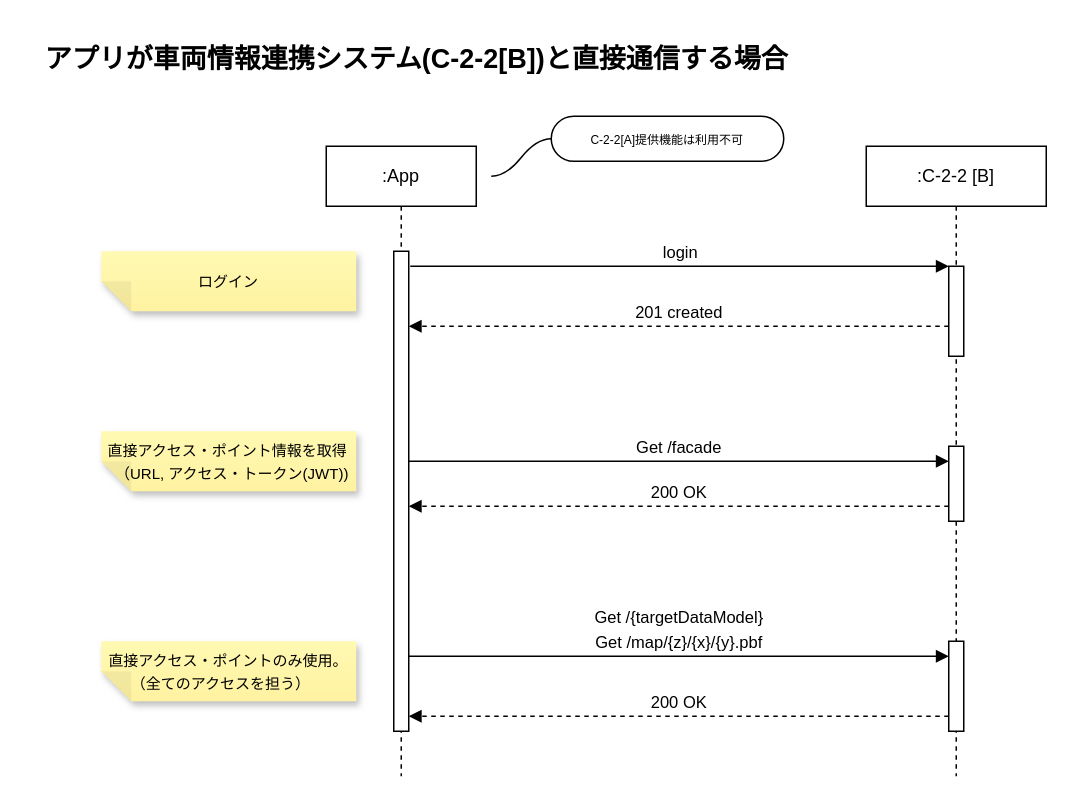
Sportacandy/C-2-2API keeps this draw.io diagram as page "C-2-2[B]直結" (3 of 4) of models/access-scheme.drawio. Above is the earlier version. Source tidied: cells renumbered, new cells numbered last; positions are measured from the earlier drawing's top-left corner, leaving out a move shared by most shapes. Both pictures are drawn from the tidied source at 150%, with x=0, y=0 at pixel (26, 26).
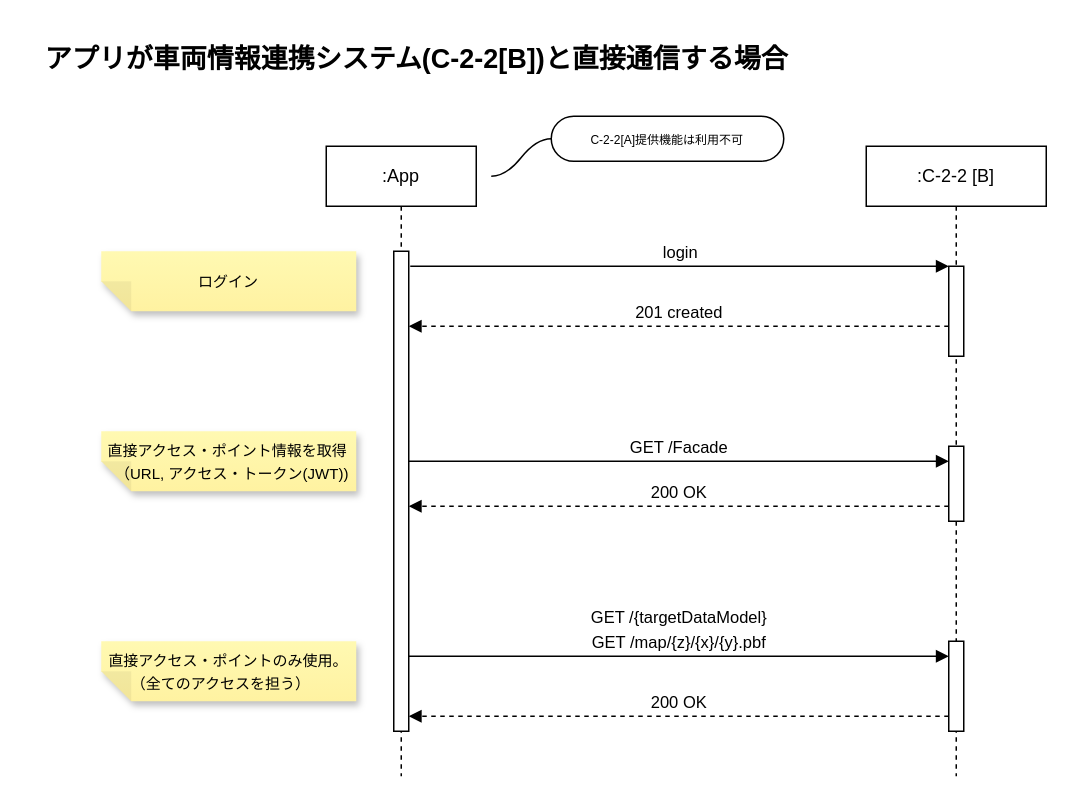
The same diagram, later.

Unchanged cells that the change refers to:
```xml
<mxCell id="3" style="html=1;points=[];perimeter=orthogonalPerimeter;outlineConnect=0;targetShapes=umlLifeline;portConstraint=eastwest;newEdgeStyle={&quot;edgeStyle&quot;:&quot;elbowEdgeStyle&quot;,&quot;elbow&quot;:&quot;vertical&quot;,&quot;curved&quot;:0,&quot;rounded&quot;:0};" parent="2" vertex="1">
  <mxGeometry x="45" y="70" width="10" height="320" as="geometry" />
</mxCell>
<mxCell id="7" style="html=1;points=[];perimeter=orthogonalPerimeter;outlineConnect=0;targetShapes=umlLifeline;portConstraint=eastwest;newEdgeStyle={&quot;edgeStyle&quot;:&quot;elbowEdgeStyle&quot;,&quot;elbow&quot;:&quot;vertical&quot;,&quot;curved&quot;:0,&quot;rounded&quot;:0};" parent="6" vertex="1">
  <mxGeometry x="55" y="200" width="10" height="50" as="geometry" />
</mxCell>
<mxCell id="8" style="html=1;points=[];perimeter=orthogonalPerimeter;outlineConnect=0;targetShapes=umlLifeline;portConstraint=eastwest;newEdgeStyle={&quot;edgeStyle&quot;:&quot;elbowEdgeStyle&quot;,&quot;elbow&quot;:&quot;vertical&quot;,&quot;curved&quot;:0,&quot;rounded&quot;:0};" parent="6" vertex="1">
  <mxGeometry x="55" y="330" width="10" height="60" as="geometry" />
</mxCell>
```

Change to the diagram source:
```diff
@@
-    <mxCell id="10" value="Get /facade" style="html=1;verticalAlign=bottom;endArrow=block;edgeStyle=elbowEdgeStyle;elbow=horizontal;curved=0;rounded=0;" parent="1" edge="1" source="3" target="7">
+    <mxCell id="10" value="GET /Facade" style="html=1;verticalAlign=bottom;endArrow=block;edgeStyle=elbowEdgeStyle;elbow=horizontal;curved=0;rounded=0;" parent="1" edge="1" source="3" target="7">
       <mxGeometry relative="1" as="geometry">
         <Array as="points">
           <mxPoint x="520" y="290" />
         </Array>
       </mxGeometry>
     </mxCell>
@@
-    <mxCell id="14" value="Get /map/{z}/{x}/{y}.pbf" style="html=1;verticalAlign=bottom;endArrow=block;edgeStyle=elbowEdgeStyle;elbow=horizontal;curved=0;rounded=0;" parent="1" edge="1" target="8">
+    <mxCell id="14" value="GET /map/{z}/{x}/{y}.pbf" style="html=1;verticalAlign=bottom;endArrow=block;edgeStyle=elbowEdgeStyle;elbow=horizontal;curved=0;rounded=0;" parent="1" edge="1" target="8">
       <mxGeometry relative="1" as="geometry">
         <mxPoint x="255" y="420" as="sourcePoint" />
         <Array as="points">
           <mxPoint x="335" y="420" />
         </Array>
       </mxGeometry>
     </mxCell>
@@
-    <mxCell id="18" value="&lt;font style=&quot;font-size: 11px; font-weight: normal;&quot;&gt;Get /{targetDataModel}&lt;/font&gt;" style="text;strokeColor=none;fillColor=none;html=1;fontSize=24;fontStyle=1;verticalAlign=middle;align=center;" parent="1" vertex="1">
+    <mxCell id="18" value="&lt;font style=&quot;font-size: 11px; font-weight: normal;&quot;&gt;GET /{targetDataModel}&lt;/font&gt;" style="text;strokeColor=none;fillColor=none;html=1;fontSize=24;fontStyle=1;verticalAlign=middle;align=center;" parent="1" vertex="1">
       <mxGeometry x="360" y="370" width="150" height="40" as="geometry" />
     </mxCell>
```
